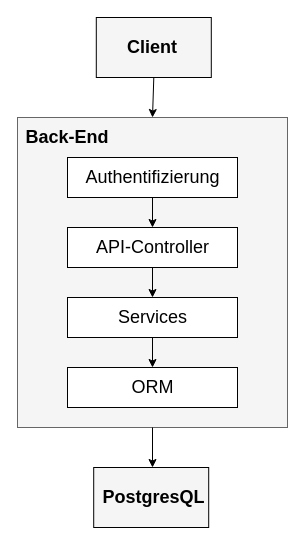
Before: img/Draw.io/SchichtenmodellBackend.drawio in wwi17seb/dhbw-project-documentation, a draw.io diagram. Source tidied: cells renumbered, new cells numbered last; positions are measured from the earlier drawing's top-left corner, leaving out a move shared by most shapes. Both pictures are drawn from the tidied source at 100%, with x=0, y=0 at pixel (17, 17).
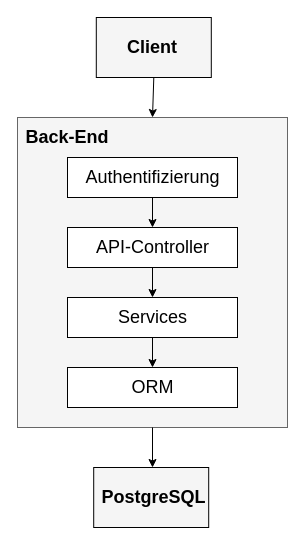
The same page after the edit.

What changed in the source:
```diff
@@
 <mxGraphModel>
   <root>
     <mxCell id="0" />
     <mxCell id="1" parent="0" />
     <mxCell id="2" style="rounded=0;whiteSpace=wrap;html=1;fillColor=#F5F5F5;" parent="1" vertex="1">
       <mxGeometry x="78.8" width="115" height="60" as="geometry" />
     </mxCell>
     <mxCell id="3" style="rounded=0;whiteSpace=wrap;html=1;fillColor=#F5F5F5;" parent="1" vertex="1">
       <mxGeometry x="76.2" y="450" width="115" height="60" as="geometry" />
     </mxCell>
     <mxCell id="4" style="rounded=0;whiteSpace=wrap;html=1;fillColor=#F5F5F5;strokeColor=#666666;fontColor=#333333;" parent="1" vertex="1">
       <mxGeometry y="100" width="270" height="310" as="geometry" />
     </mxCell>
     <mxCell id="5" style="edgeStyle=orthogonalEdgeStyle;rounded=0;jettySize=auto;html=1;exitX=0.5;exitY=1;exitDx=0;exitDy=0;entryX=0.5;entryY=0;entryDx=0;entryDy=0;startArrow=none;startFill=0;" parent="1" edge="1" source="6" target="8">
       <mxGeometry relative="1" as="geometry" />
     </mxCell>
     <mxCell id="6" value="Authentifizierung" style="html=1;fontSize=18;" parent="1" vertex="1">
       <mxGeometry x="50" y="140" width="170" height="40" as="geometry" />
     </mxCell>
     <mxCell id="7" style="edgeStyle=orthogonalEdgeStyle;rounded=0;jettySize=auto;html=1;exitX=0.5;exitY=1;exitDx=0;exitDy=0;startArrow=none;startFill=0;" parent="1" edge="1" source="8" target="10">
       <mxGeometry relative="1" as="geometry" />
     </mxCell>
     <mxCell id="8" value="API-Controller" style="html=1;fontSize=18;" parent="1" vertex="1">
       <mxGeometry x="50" y="210" width="170" height="40" as="geometry" />
     </mxCell>
     <mxCell id="9" style="edgeStyle=orthogonalEdgeStyle;rounded=0;jettySize=auto;html=1;exitX=0.5;exitY=1;exitDx=0;exitDy=0;entryX=0.5;entryY=0;entryDx=0;entryDy=0;startArrow=none;startFill=0;" parent="1" edge="1" source="10" target="11">
       <mxGeometry relative="1" as="geometry" />
     </mxCell>
     <mxCell id="10" value="&lt;font style=&quot;font-size: 18px&quot;&gt;Services&lt;/font&gt;" style="html=1;fontSize=18;" parent="1" vertex="1">
       <mxGeometry x="50" y="280" width="170" height="40" as="geometry" />
     </mxCell>
     <mxCell id="11" value="&lt;font style=&quot;font-size: 18px&quot;&gt;ORM&lt;/font&gt;" style="html=1;fontSize=18;" parent="1" vertex="1">
       <mxGeometry x="50" y="350" width="170" height="40" as="geometry" />
     </mxCell>
     <mxCell id="12" value="&lt;font style=&quot;font-size: 18px&quot;&gt;&lt;b&gt;Back-End&lt;/b&gt;&lt;/font&gt;" style="text;html=1;strokeColor=none;fillColor=none;align=center;verticalAlign=middle;whiteSpace=wrap;rounded=0;" parent="1" vertex="1">
       <mxGeometry y="110" width="100" height="20" as="geometry" />
     </mxCell>
     <mxCell id="13" value="&lt;font style=&quot;font-size: 18px&quot;&gt;&lt;b&gt;Client&lt;/b&gt;&lt;/font&gt;" style="text;html=1;strokeColor=none;fillColor=none;align=center;verticalAlign=middle;whiteSpace=wrap;rounded=0;" parent="1" vertex="1">
       <mxGeometry x="100" y="20" width="70" height="20" as="geometry" />
     </mxCell>
     <mxCell id="14" style="endArrow=classic;html=1;entryX=0.5;entryY=0;entryDx=0;entryDy=0;exitX=0.5;exitY=1;exitDx=0;exitDy=0;" parent="1" edge="1" source="4">
       <mxGeometry relative="1" as="geometry">
         <mxPoint x="135" y="450" as="targetPoint" />
       </mxGeometry>
     </mxCell>
-    <mxCell id="15" value="&lt;font style=&quot;font-size: 18px&quot;&gt;&lt;b&gt;PostgresQL&lt;/b&gt;&lt;/font&gt;" style="text;html=1;strokeColor=none;fillColor=none;align=center;verticalAlign=middle;whiteSpace=wrap;rounded=0;" parent="1" vertex="1">
+    <mxCell id="15" value="&lt;font style=&quot;font-size: 18px&quot;&gt;&lt;b&gt;PostgreSQL&lt;/b&gt;&lt;/font&gt;" style="text;html=1;strokeColor=none;fillColor=none;align=center;verticalAlign=middle;whiteSpace=wrap;rounded=0;" parent="1" vertex="1">
       <mxGeometry x="78.8" y="470" width="115" height="20" as="geometry" />
     </mxCell>
     <mxCell id="16" style="endArrow=classic;html=1;entryX=0.5;entryY=0;entryDx=0;entryDy=0;exitX=0.5;exitY=1;exitDx=0;exitDy=0;" parent="1" edge="1" source="2" target="4">
       <mxGeometry relative="1" as="geometry" />
     </mxCell>
   </root>
 </mxGraphModel>
```
